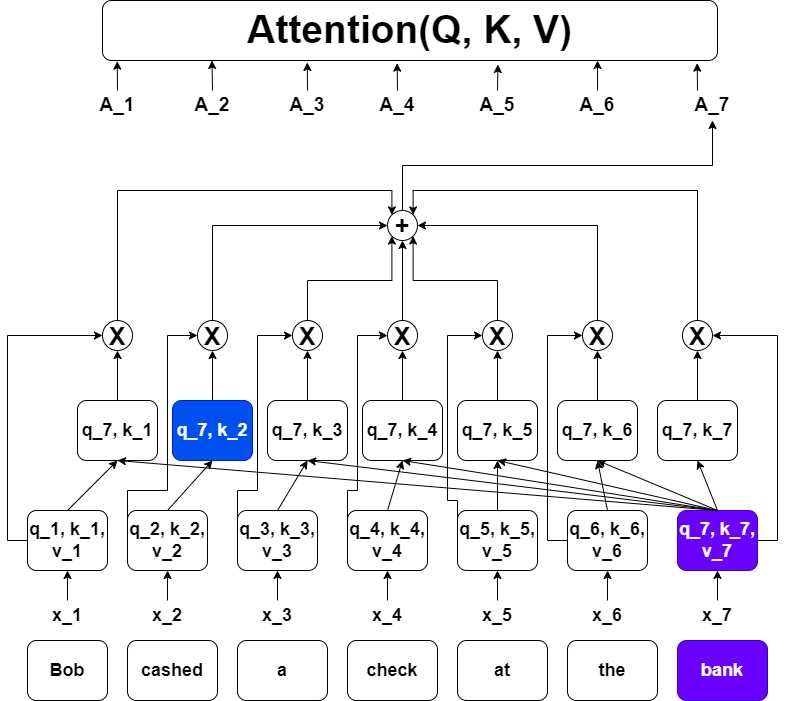
Before: generative_ai_session/self-attention.drawio.png, a diagram exported from draw.io (eulerianKnight/images). Source tidied: cells renumbered, new cells last; positions are measured from the earlier drawing's top-left corner, leaving out a move shared by most shapes.
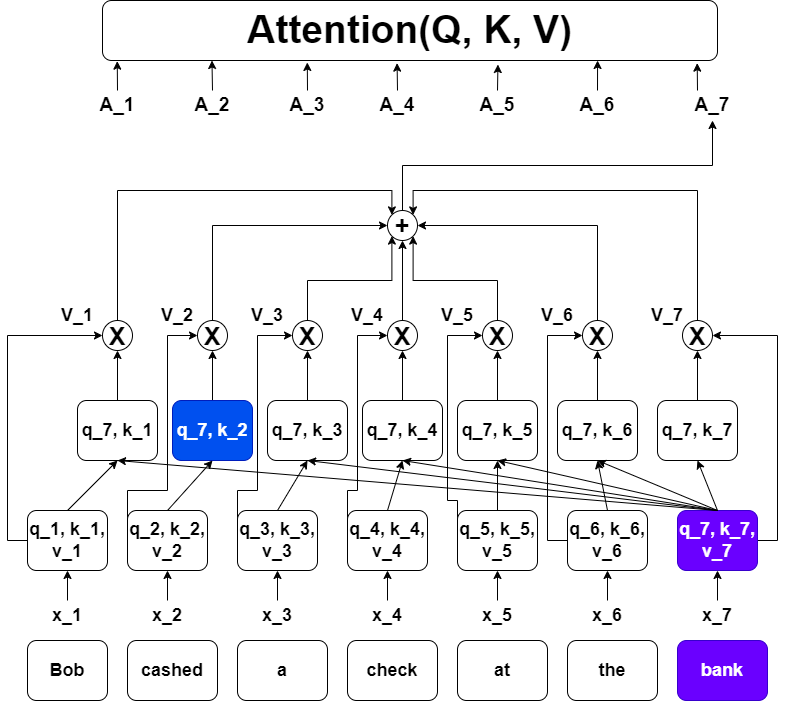
After the commit.

What changed in the source:
```diff
@@ -324,5 +324,26 @@
     <mxCell id="93" value="Attention(Q, K, V)" style="rounded=1;whiteSpace=wrap;html=1;fontStyle=1;fontSize=39;" parent="1" vertex="1">
       <mxGeometry x="75" width="615" height="60" as="geometry" />
     </mxCell>
+    <mxCell id="94" value="V_1" style="text;html=1;strokeColor=none;fillColor=none;align=center;verticalAlign=middle;whiteSpace=wrap;rounded=0;fontStyle=1;fontSize=18;" parent="1" vertex="1">
+      <mxGeometry x="20" y="300" width="60" height="30" as="geometry" />
+    </mxCell>
+    <mxCell id="95" value="V_2" style="text;html=1;strokeColor=none;fillColor=none;align=center;verticalAlign=middle;whiteSpace=wrap;rounded=0;fontStyle=1;fontSize=18;" parent="1" vertex="1">
+      <mxGeometry x="120" y="300" width="60" height="30" as="geometry" />
+    </mxCell>
+    <mxCell id="96" value="V_3" style="text;html=1;strokeColor=none;fillColor=none;align=center;verticalAlign=middle;whiteSpace=wrap;rounded=0;fontStyle=1;fontSize=18;" parent="1" vertex="1">
+      <mxGeometry x="210" y="300" width="60" height="30" as="geometry" />
+    </mxCell>
+    <mxCell id="97" value="V_4" style="text;html=1;strokeColor=none;fillColor=none;align=center;verticalAlign=middle;whiteSpace=wrap;rounded=0;fontStyle=1;fontSize=18;" parent="1" vertex="1">
+      <mxGeometry x="310" y="300" width="60" height="30" as="geometry" />
+    </mxCell>
+    <mxCell id="98" value="V_5" style="text;html=1;strokeColor=none;fillColor=none;align=center;verticalAlign=middle;whiteSpace=wrap;rounded=0;fontStyle=1;fontSize=18;" parent="1" vertex="1">
+      <mxGeometry x="400" y="300" width="60" height="30" as="geometry" />
+    </mxCell>
+    <mxCell id="99" value="V_6" style="text;html=1;strokeColor=none;fillColor=none;align=center;verticalAlign=middle;whiteSpace=wrap;rounded=0;fontStyle=1;fontSize=18;" parent="1" vertex="1">
+      <mxGeometry x="500" y="300" width="60" height="30" as="geometry" />
+    </mxCell>
+    <mxCell id="100" value="V_7" style="text;html=1;strokeColor=none;fillColor=none;align=center;verticalAlign=middle;whiteSpace=wrap;rounded=0;fontStyle=1;fontSize=18;" parent="1" vertex="1">
+      <mxGeometry x="610" y="300" width="60" height="30" as="geometry" />
+    </mxCell>
   </root>
 </mxGraphModel>
```
